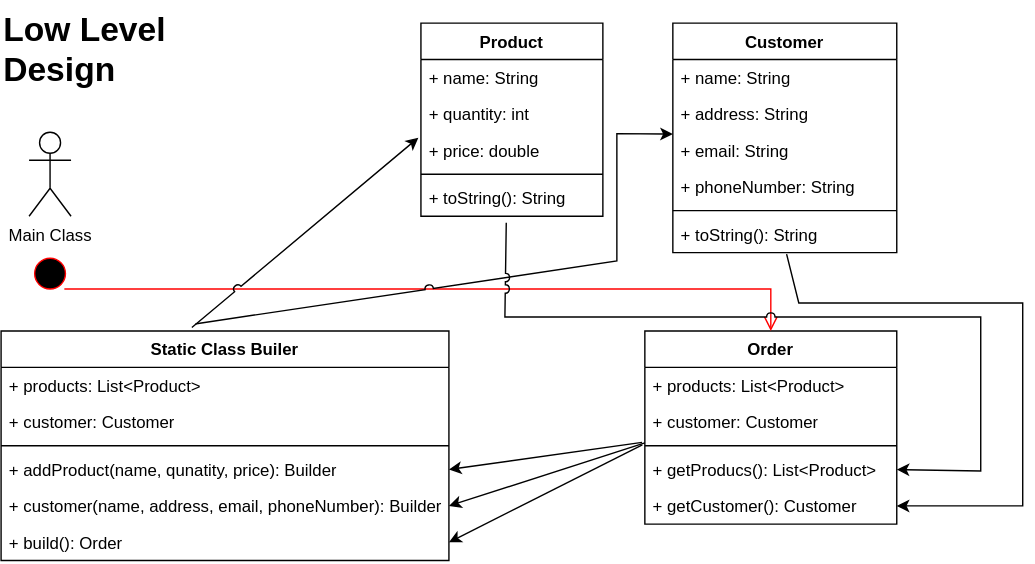
Above: OnlineShoppingSystem.drawio.svg in uchiharizvi/design-diagrams (draw.io), before the change. Source tidied: cells renumbered, new cells last; positions are measured from the earlier drawing's top-left corner, leaving out a move shared by most shapes.
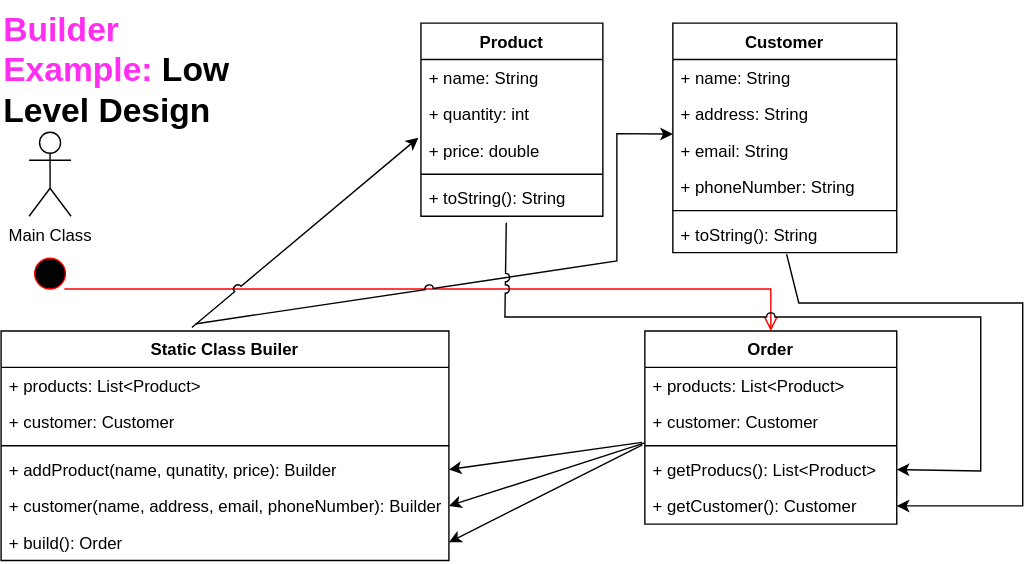
After the commit.

The edit, as a diff of the source:
```diff
@@ -2,8 +2,8 @@
   <root>
     <mxCell id="0" />
     <mxCell id="1" parent="0" />
-    <mxCell id="2" value="&lt;h1 style=&quot;margin-top: 0px;&quot;&gt;Low Level Design&lt;/h1&gt;&lt;p&gt;&lt;br&gt;&lt;/p&gt;" style="text;html=1;whiteSpace=wrap;overflow=hidden;rounded=0;" parent="1" vertex="1">
-      <mxGeometry width="180" height="66" as="geometry" />
+    <mxCell id="2" value="&lt;h1 style=&quot;margin-top: 0px;&quot;&gt;&lt;font color=&quot;#ff2ef1&quot;&gt;Builder Example:&lt;/font&gt; Low Level Design&lt;/h1&gt;&lt;p&gt;&lt;br&gt;&lt;/p&gt;" style="text;html=1;whiteSpace=wrap;overflow=hidden;rounded=0;" parent="1" vertex="1">
+      <mxGeometry width="180" height="96" as="geometry" />
     </mxCell>
     <mxCell id="3" value="Static Class Builer" style="swimlane;fontStyle=1;align=center;verticalAlign=top;horizontal=1;startSize=26;whiteSpace=wrap;html=1;" parent="1" vertex="1">
       <mxGeometry y="236" width="320" height="164" as="geometry" />
```
